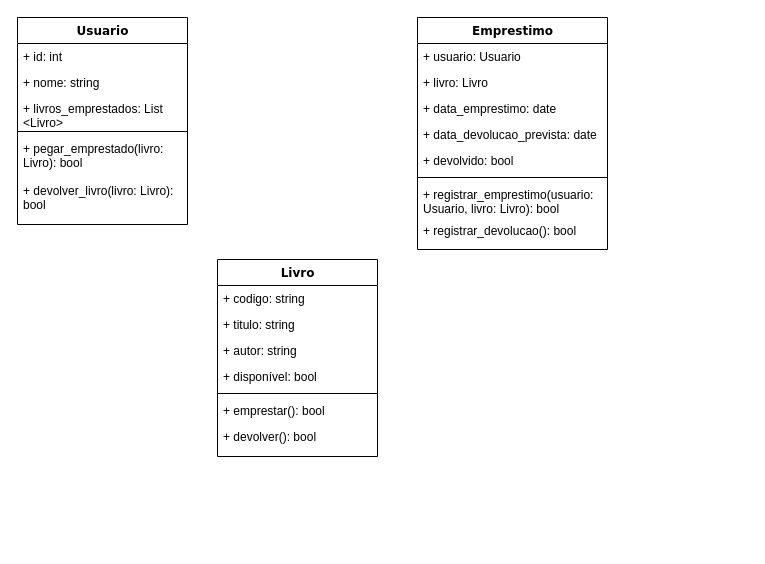
The draw.io diagram TBL 2 - POO1/TBL_2-Individual(Kewerton).drawio in kewertonn/Programacao-Orientada-a-Objetos-1, before the edit. Source tidied: cells renumbered, new cells numbered last; positions are measured from the earlier drawing's top-left corner, leaving out a move shared by most shapes. Both pictures are drawn from the tidied source at 100%, with x=0, y=0 at pixel (17, 17).
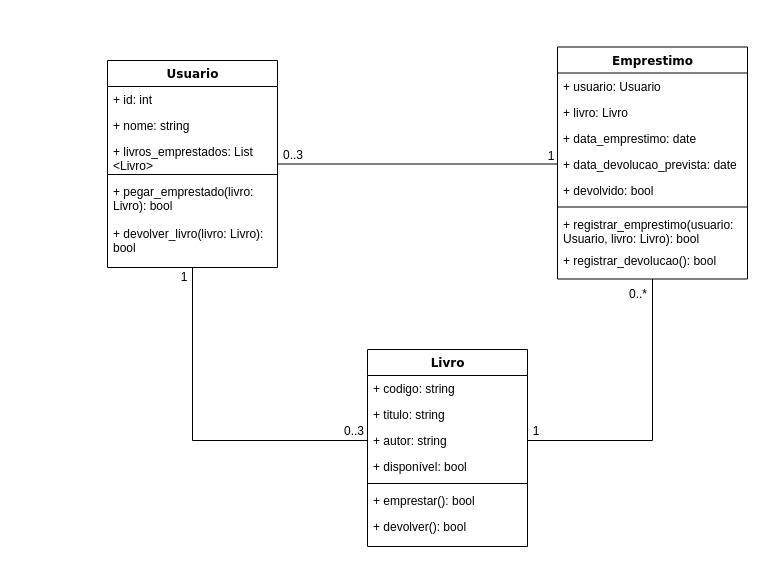
After the change.

The change refers to these unchanged cells:
```xml
<mxCell id="12" value="+ autor: string" style="text;html=1;strokeColor=none;fillColor=none;align=left;verticalAlign=top;spacingLeft=4;spacingRight=4;whiteSpace=wrap;overflow=hidden;points=[[0,0.5],[1,0.5]];portConstraint=eastwest;rounded=0;" parent="9" vertex="1">
  <mxGeometry y="78" width="160" height="26" as="geometry" />
</mxCell>
<mxCell id="21" value="+ data_devolucao_prevista: date" style="text;html=1;strokeColor=none;fillColor=none;align=left;verticalAlign=top;spacingLeft=4;spacingRight=4;whiteSpace=wrap;overflow=hidden;points=[[0,0.5],[1,0.5]];portConstraint=eastwest;rounded=0;" parent="17" vertex="1">
  <mxGeometry y="104" width="190" height="26" as="geometry" />
</mxCell>
```

Diff of the diagram source:
```diff
@@
+    <mxCell id="26" style="edgeStyle=orthogonalEdgeStyle;rounded=0;jettySize=auto;html=1;entryX=0;entryY=0.5;entryDx=0;entryDy=0;endArrow=none;startFill=0;" parent="1" edge="1" source="2" target="12">
+      <mxGeometry relative="1" as="geometry" />
+    </mxCell>
+    <mxCell id="27" style="edgeStyle=orthogonalEdgeStyle;rounded=0;jettySize=auto;html=1;entryX=0;entryY=0.5;entryDx=0;entryDy=0;endArrow=none;startFill=0;" parent="1" edge="1" source="2" target="21">
+      <mxGeometry relative="1" as="geometry" />
+    </mxCell>
     <mxCell id="2" value="Usuario" style="swimlane;html=1;fontStyle=1;align=center;verticalAlign=top;horizontal=1;startSize=26;swimlaneFillColor=#ffffff;rounded=0;shadow=0;comic=0;labelBackgroundColor=none;strokeWidth=1;fillColor=none;fontFamily=Verdana;fontSize=12;" parent="1" vertex="1">
-      <mxGeometry width="170" height="207" as="geometry" />
+      <mxGeometry x="90" y="43" width="170" height="207" as="geometry" />
     </mxCell>
@@
     <mxCell id="9" value="Livro" style="swimlane;html=1;fontStyle=1;align=center;verticalAlign=top;horizontal=1;startSize=26;swimlaneFillColor=#ffffff;rounded=0;shadow=0;comic=0;labelBackgroundColor=none;strokeWidth=1;fillColor=none;fontFamily=Verdana;fontSize=12;" parent="1" vertex="1">
-      <mxGeometry x="200" y="242" width="160" height="197" as="geometry" />
+      <mxGeometry x="350" y="332" width="160" height="197" as="geometry" />
     </mxCell>
@@
+    <mxCell id="28" style="edgeStyle=orthogonalEdgeStyle;rounded=0;jettySize=auto;html=1;entryX=1;entryY=0.5;entryDx=0;entryDy=0;endArrow=none;startFill=0;" parent="1" edge="1" source="17" target="12">
+      <mxGeometry relative="1" as="geometry" />
+    </mxCell>
     <mxCell id="17" value="Emprestimo" style="swimlane;html=1;fontStyle=1;align=center;verticalAlign=top;horizontal=1;startSize=26;swimlaneFillColor=#ffffff;rounded=0;shadow=0;comic=0;labelBackgroundColor=none;strokeWidth=1;fillColor=none;fontFamily=Verdana;fontSize=12;" parent="1" vertex="1">
-      <mxGeometry x="400" width="190" height="232" as="geometry" />
+      <mxGeometry x="540" y="29.5" width="190" height="232" as="geometry" />
     </mxCell>
@@
+    <mxCell id="29" value="1" style="text;strokeColor=none;align=center;fillColor=none;html=1;verticalAlign=middle;whiteSpace=wrap;rounded=0;" parent="1" vertex="1">
+      <mxGeometry x="152" y="249.5" width="30" height="20" as="geometry" />
+    </mxCell>
+    <mxCell id="30" value="0..3" style="text;strokeColor=none;align=center;fillColor=none;html=1;verticalAlign=middle;whiteSpace=wrap;rounded=0;" parent="1" vertex="1">
+      <mxGeometry x="317" y="401" width="40" height="25" as="geometry" />
+    </mxCell>
+    <mxCell id="31" value="0..3" style="text;strokeColor=none;align=center;fillColor=none;html=1;verticalAlign=middle;whiteSpace=wrap;rounded=0;" parent="1" vertex="1">
+      <mxGeometry x="256" y="125" width="40" height="25" as="geometry" />
+    </mxCell>
+    <mxCell id="32" value="1" style="text;strokeColor=none;align=center;fillColor=none;html=1;verticalAlign=middle;whiteSpace=wrap;rounded=0;" parent="1" vertex="1">
+      <mxGeometry x="519" y="128.5" width="30" height="20" as="geometry" />
+    </mxCell>
+    <mxCell id="33" value="0..*" style="text;strokeColor=none;align=center;fillColor=none;html=1;verticalAlign=middle;whiteSpace=wrap;rounded=0;" parent="1" vertex="1">
+      <mxGeometry x="601" y="264.5" width="40" height="25" as="geometry" />
+    </mxCell>
+    <mxCell id="34" value="1" style="text;strokeColor=none;align=center;fillColor=none;html=1;verticalAlign=middle;whiteSpace=wrap;rounded=0;" parent="1" vertex="1">
+      <mxGeometry x="504" y="404" width="30" height="20" as="geometry" />
+    </mxCell>
```
